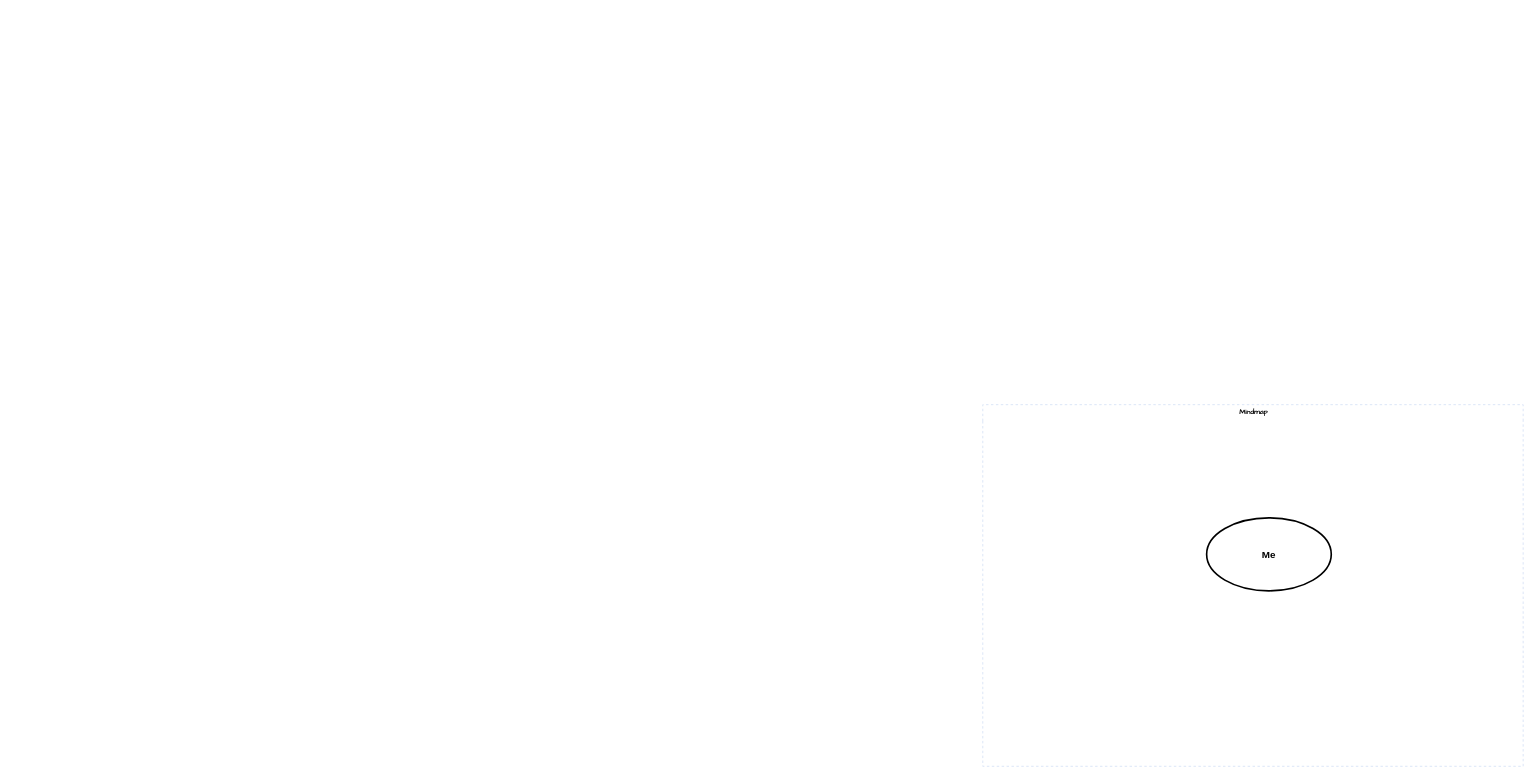
This is MindMap.drawio from chengkahohk/ZPHK_GR_workflow, a draw.io file, before an edit. Source tidied: cells renumbered, new cells numbered last; positions are measured from the earlier drawing's top-left corner, leaving out a move shared by most shapes. Both pictures are drawn from the tidied source at 82%, with x=0, y=0 at pixel (982, 404).
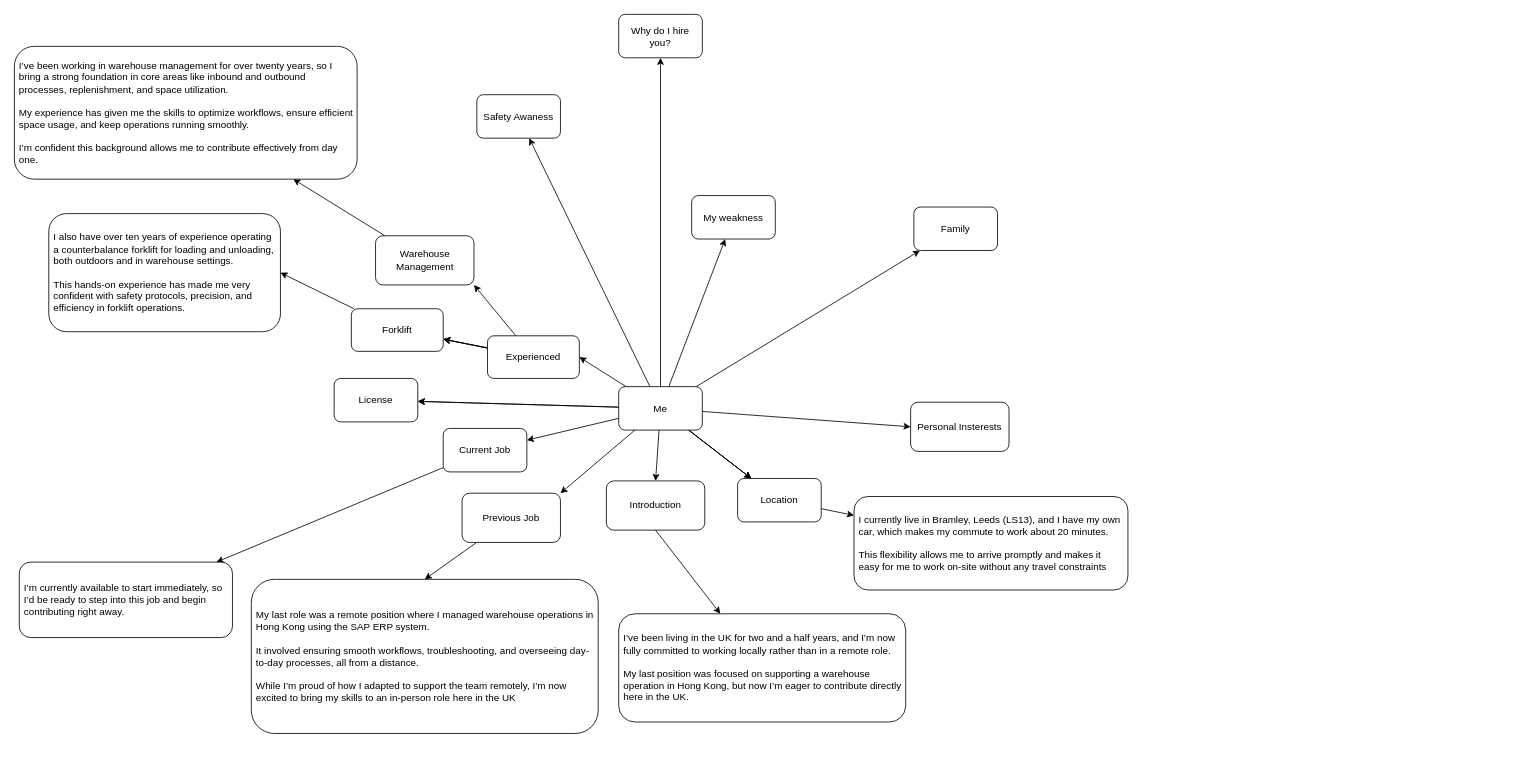
The same page after the edit.

Diff of the diagram source:
```diff
@@
-    <mxCell id="2" value="Mindmap" style="swimlane;html=1;startSize=20;horizontal=1;containerType=tree;labelBackgroundColor=none;strokeColor=#D4E1F5;strokeWidth=1;fillColor=none;fontFamily=Comic Sans MS;fontSize=9;swimlaneLine=0;dashed=1;" parent="1" vertex="1">
-      <mxGeometry width="659" height="441" as="geometry" />
-    </mxCell>
+    <mxCell id="4" style="rounded=0;jettySize=auto;html=1;entryX=1;entryY=0.5;entryDx=0;entryDy=0;" parent="1" edge="1" source="3" target="28">
+      <mxGeometry relative="1" as="geometry" />
+    </mxCell>
+    <mxCell id="5" style="edgeStyle=none;rounded=0;jettySize=auto;html=1;" parent="1" edge="1" source="3" target="30">
+      <mxGeometry relative="1" as="geometry" />
+    </mxCell>
+    <mxCell id="6" style="edgeStyle=none;rounded=0;jettySize=auto;html=1;fontFamily=Helvetica;fontSize=12;fontColor=default;" parent="1" edge="1" source="3" target="33">
+      <mxGeometry relative="1" as="geometry" />
+    </mxCell>
+    <mxCell id="7" style="rounded=0;jettySize=auto;html=1;fontFamily=Helvetica;fontSize=12;fontColor=default;" parent="1" edge="1" source="3" target="41">
+      <mxGeometry relative="1" as="geometry" />
+    </mxCell>
+    <mxCell id="8" style="edgeStyle=none;rounded=0;jettySize=auto;html=1;fontFamily=Helvetica;fontSize=12;fontColor=default;" parent="1" edge="1" source="3" target="30">
+      <mxGeometry relative="1" as="geometry" />
+    </mxCell>
+    <mxCell id="9" style="edgeStyle=none;rounded=0;jettySize=auto;html=1;fontFamily=Helvetica;fontSize=12;fontColor=default;" parent="1" edge="1" source="3" target="30">
+      <mxGeometry relative="1" as="geometry" />
+    </mxCell>
+    <mxCell id="10" style="edgeStyle=none;rounded=0;jettySize=auto;html=1;fontFamily=Helvetica;fontSize=12;fontColor=default;" parent="1" edge="1" source="3" target="42">
+      <mxGeometry relative="1" as="geometry" />
+    </mxCell>
+    <mxCell id="11" style="rounded=0;jettySize=auto;fontFamily=Helvetica;fontSize=12;fontColor=default;elbow=vertical;" parent="1" edge="1" source="3" target="44">
+      <mxGeometry relative="1" as="geometry" />
+    </mxCell>
+    <mxCell id="12" style="edgeStyle=none;rounded=0;jettySize=auto;html=1;fontFamily=Helvetica;fontSize=12;fontColor=default;" parent="1" edge="1" source="3" target="42">
+      <mxGeometry relative="1" as="geometry" />
+    </mxCell>
+    <mxCell id="13" style="edgeStyle=none;rounded=0;jettySize=auto;html=1;fontFamily=Helvetica;fontSize=12;fontColor=default;" parent="1" edge="1" source="3" target="45">
+      <mxGeometry relative="1" as="geometry" />
+    </mxCell>
+    <mxCell id="14" style="edgeStyle=none;rounded=0;jettySize=auto;html=1;fontFamily=Helvetica;fontSize=12;fontColor=default;" parent="1" edge="1" source="3" target="46">
+      <mxGeometry relative="1" as="geometry" />
+    </mxCell>
-    <mxCell id="3" value="&lt;b&gt;Me&lt;/b&gt;" style="ellipse;whiteSpace=wrap;html=1;align=center;strokeWidth=2;" parent="2" vertex="1">
-      <mxGeometry x="273" y="138" width="152" height="89" as="geometry" />
+    <mxCell id="3" value="Me" style="rounded=1;whiteSpace=wrap;html=1;" parent="1" vertex="1">
+      <mxGeometry x="-444" y="-22" width="102" height="53" as="geometry" />
     </mxCell>
+    <mxCell id="15" style="rounded=0;jettySize=auto;html=1;swimlaneLine=1;entryX=0.5;entryY=0;entryDx=0;entryDy=0;" parent="1" edge="1" source="3" target="16">
+      <mxGeometry relative="1" as="geometry" />
+    </mxCell>
+    <mxCell id="16" value="Introduction" style="rounded=1;whiteSpace=wrap;html=1;" parent="1" vertex="1">
+      <mxGeometry x="-459" y="93" width="120" height="60" as="geometry" />
+    </mxCell>
+    <mxCell id="17" value="Personal Insterests" style="rounded=1;whiteSpace=wrap;html=1;" parent="1" vertex="1">
+      <mxGeometry x="-88" y="-3" width="120" height="60" as="geometry" />
+    </mxCell>
+    <mxCell id="18" style="rounded=0;jettySize=auto;html=1;swimlaneLine=1;exitX=0.5;exitY=1;exitDx=0;exitDy=0;" parent="1" edge="1" source="16" target="19">
+      <mxGeometry relative="1" as="geometry" />
+    </mxCell>
+    <mxCell id="19" value="I’ve been living in the UK for two and a half years, and I’m now fully committed to working locally rather than in a remote role. &#10;&#10;My last position was focused on supporting a warehouse operation in Hong Kong, but now I’m eager to contribute directly here in the UK." style="rounded=1;whiteSpace=wrap;perimeterSpacing=0;align=left;textDirection=ltr;spacingLeft=4;spacingRight=3;" parent="1" vertex="1">
+      <mxGeometry x="-444" y="255" width="350" height="132" as="geometry" />
+    </mxCell>
+    <mxCell id="20" style="rounded=0;jettySize=auto;html=1;swimlaneLine=1;entryX=1;entryY=0;entryDx=0;entryDy=0;" parent="1" edge="1" source="3" target="22">
+      <mxGeometry relative="1" as="geometry" />
+    </mxCell>
+    <mxCell id="21" style="edgeStyle=none;rounded=0;jettySize=auto;html=1;fontFamily=Helvetica;fontSize=12;fontColor=default;entryX=0.5;entryY=0;entryDx=0;entryDy=0;" parent="1" edge="1" source="22" target="23">
+      <mxGeometry relative="1" as="geometry" />
+    </mxCell>
+    <mxCell id="22" value="Previous&lt;span style=&quot;background-color: initial;&quot;&gt;&amp;nbsp;Job&lt;/span&gt;" style="rounded=1;whiteSpace=wrap;html=1;" parent="1" vertex="1">
+      <mxGeometry x="-635" y="108" width="120" height="60" as="geometry" />
+    </mxCell>
+    <mxCell id="23" value="My last role was a remote position where I managed warehouse operations in Hong Kong using the SAP ERP system. &#10;&#10;It involved ensuring smooth workflows, troubleshooting, and overseeing day-to-day processes, all from a distance. &#10;&#10;While I’m proud of how I adapted to support the team remotely, I’m now excited to bring my skills to an in-person role here in the UK" style="rounded=1;whiteSpace=wrap;spacingLeft=4;align=left;spacingRight=4;fontFamily=Helvetica;" parent="1" vertex="1">
+      <mxGeometry x="-892" y="213" width="423" height="188" as="geometry" />
+    </mxCell>
+    <mxCell id="24" style="edgeStyle=none;rounded=0;jettySize=auto;html=1;fontFamily=Helvetica;fontSize=12;fontColor=default;" parent="1" edge="1" source="28" target="36">
+      <mxGeometry relative="1" as="geometry" />
+    </mxCell>
+    <mxCell id="25" style="edgeStyle=none;rounded=0;jettySize=auto;html=1;fontFamily=Helvetica;fontSize=12;fontColor=default;" parent="1" edge="1" source="28" target="36">
+      <mxGeometry relative="1" as="geometry" />
+    </mxCell>
+    <mxCell id="26" style="edgeStyle=none;rounded=0;jettySize=auto;html=1;fontFamily=Helvetica;fontSize=12;fontColor=default;" parent="1" edge="1" source="28" target="36">
+      <mxGeometry relative="1" as="geometry" />
+    </mxCell>
+    <mxCell id="27" style="edgeStyle=none;rounded=0;jettySize=auto;html=1;fontFamily=Helvetica;fontSize=12;fontColor=default;entryX=1;entryY=1;entryDx=0;entryDy=0;" parent="1" edge="1" source="28" target="39">
+      <mxGeometry relative="1" as="geometry" />
+    </mxCell>
+    <mxCell id="28" value="Experienced" style="rounded=1;whiteSpace=wrap;html=1;" parent="1" vertex="1">
+      <mxGeometry x="-604" y="-84" width="112" height="52" as="geometry" />
+    </mxCell>
+    <mxCell id="29" style="edgeStyle=none;rounded=0;jettySize=auto;html=1;" parent="1" edge="1" source="30" target="31">
+      <mxGeometry relative="1" as="geometry" />
+    </mxCell>
+    <mxCell id="30" value="Location" style="rounded=1;whiteSpace=wrap;html=1;" parent="1" vertex="1">
+      <mxGeometry x="-299" y="90" width="102" height="53" as="geometry" />
+    </mxCell>
+    <mxCell id="31" value="I currently live in Bramley, Leeds (LS13), and I have my own car, which makes my commute to work about 20 minutes. &#10;&#10;This flexibility allows me to arrive promptly and makes it easy for me to work on-site without any travel constraints" style="rounded=1;whiteSpace=wrap;align=left;fontFamily=Helvetica;spacingLeft=4;spacingRight=4;" parent="1" vertex="1">
+      <mxGeometry x="-157" y="112" width="334" height="114" as="geometry" />
+    </mxCell>
+    <mxCell id="32" style="edgeStyle=none;rounded=0;jettySize=auto;html=1;fontFamily=Helvetica;fontSize=12;fontColor=default;" parent="1" edge="1" source="33" target="34">
+      <mxGeometry relative="1" as="geometry" />
+    </mxCell>
+    <mxCell id="33" value="Current Job" style="rounded=1;whiteSpace=wrap;html=1;" parent="1" vertex="1">
+      <mxGeometry x="-658" y="29" width="102" height="53" as="geometry" />
+    </mxCell>
+    <mxCell id="34" value="I’m currently available to start immediately, so I’d be ready to step into this job and begin contributing right away." style="rounded=1;whiteSpace=wrap;align=left;spacingLeft=4;spacingRight=4;" parent="1" vertex="1">
+      <mxGeometry x="-1175" y="192" width="260" height="92" as="geometry" />
+    </mxCell>
+    <mxCell id="35" value="I also have over ten years of experience operating a counterbalance forklift for loading and unloading, both outdoors and in warehouse settings. &#10;&#10;This hands-on experience has made me very confident with safety protocols, precision, and efficiency in forklift operations." style="rounded=1;whiteSpace=wrap;spacingLeft=4;spacingRight=4;align=left;" parent="1" vertex="1">
+      <mxGeometry x="-1139" y="-233" width="282.5" height="144" as="geometry" />
+    </mxCell>
+    <mxCell id="36" value="Forklift" style="rounded=1;whiteSpace=wrap;html=1;" parent="1" vertex="1">
+      <mxGeometry x="-770" y="-117" width="112" height="52" as="geometry" />
+    </mxCell>
+    <mxCell id="37" style="edgeStyle=none;rounded=0;jettySize=auto;html=1;fontFamily=Helvetica;fontSize=12;fontColor=default;entryX=1;entryY=0.5;entryDx=0;entryDy=0;" parent="1" edge="1" source="36" target="35">
+      <mxGeometry relative="1" as="geometry" />
+    </mxCell>
+    <mxCell id="38" style="edgeStyle=none;rounded=0;jettySize=auto;html=1;fontFamily=Helvetica;fontSize=12;fontColor=default;" parent="1" edge="1" source="39" target="40">
+      <mxGeometry relative="1" as="geometry" />
+    </mxCell>
+    <mxCell id="39" value="Warehouse Management" style="rounded=1;whiteSpace=wrap;html=1;spacingLeft=4;spacingRight=4;" parent="1" vertex="1">
+      <mxGeometry x="-740.5" y="-206" width="120" height="60" as="geometry" />
+    </mxCell>
+    <mxCell id="40" value="I’ve been working in warehouse management for over twenty years, so I bring a strong foundation in core areas like inbound and outbound processes, replenishment, and space utilization. &#10;&#10;My experience has given me the skills to optimize workflows, ensure efficient space usage, and keep operations running smoothly. &#10;&#10;I’m confident this background allows me to contribute effectively from day one." style="rounded=1;whiteSpace=wrap;spacingLeft=4;spacingRight=4;align=left;" parent="1" vertex="1">
+      <mxGeometry x="-1181" y="-437" width="418" height="162" as="geometry" />
+    </mxCell>
+    <mxCell id="41" value="Safety Awaness" style="rounded=1;whiteSpace=wrap;html=1;" parent="1" vertex="1">
+      <mxGeometry x="-617" y="-378" width="102" height="53" as="geometry" />
+    </mxCell>
+    <mxCell id="42" value="License" style="rounded=1;whiteSpace=wrap;html=1;" parent="1" vertex="1">
+      <mxGeometry x="-791" y="-32" width="102" height="53" as="geometry" />
+    </mxCell>
+    <mxCell id="43" style="edgeStyle=none;rounded=0;jettySize=auto;html=1;entryX=0;entryY=0.5;entryDx=0;entryDy=0;fontFamily=Helvetica;fontSize=12;fontColor=default;" parent="1" edge="1" source="3" target="17">
+      <mxGeometry relative="1" as="geometry" />
+    </mxCell>
+    <mxCell id="44" value="Family" style="rounded=1;whiteSpace=wrap;html=1;" parent="1" vertex="1">
+      <mxGeometry x="-84" y="-241" width="102" height="53" as="geometry" />
+    </mxCell>
+    <mxCell id="45" value="Why do I hire you?" style="rounded=1;whiteSpace=wrap;html=1;" parent="1" vertex="1">
+      <mxGeometry x="-444" y="-476" width="102" height="53" as="geometry" />
+    </mxCell>
+    <mxCell id="46" value="My weakness" style="rounded=1;whiteSpace=wrap;html=1;" parent="1" vertex="1">
+      <mxGeometry x="-355" y="-255" width="102" height="53" as="geometry" />
+    </mxCell>
+    <mxCell id="47" style="edgeStyle=none;rounded=0;orthogonalLoop=1;jettySize=auto;html=1;exitX=0.25;exitY=0;exitDx=0;exitDy=0;fontFamily=Helvetica;fontSize=12;fontColor=default;" parent="1" edge="1" source="22" target="22">
+      <mxGeometry relative="1" as="geometry" />
+    </mxCell>
```
